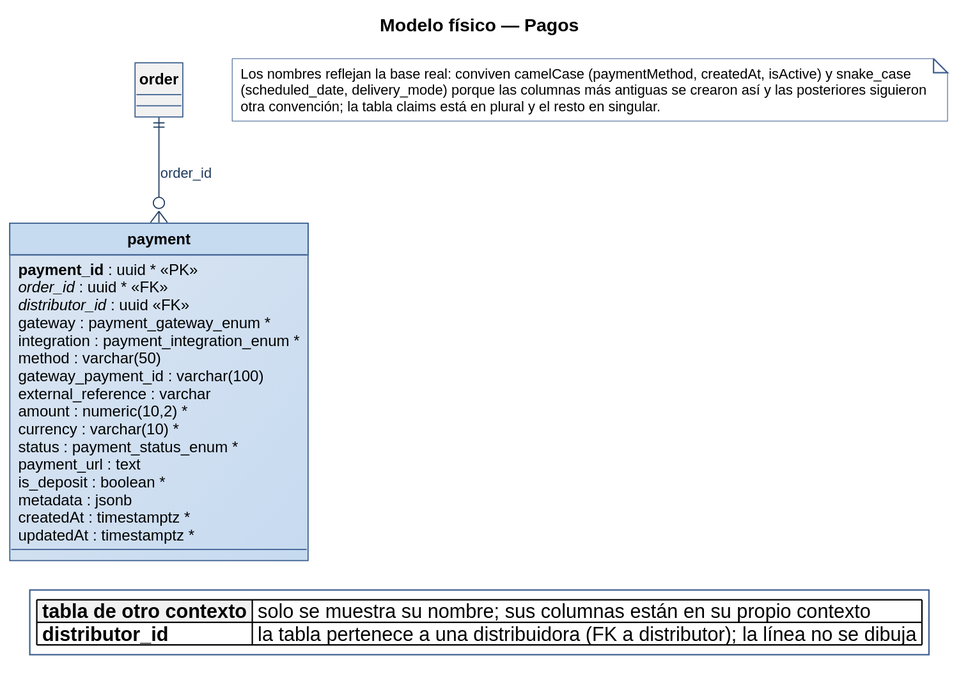
Nahuelito-Dev/splg-docs keeps this PlantUML diagram as diagramas/base-de-datos/fisico/SPLG-fisico-05-pagos.svg. Above is the earlier version.
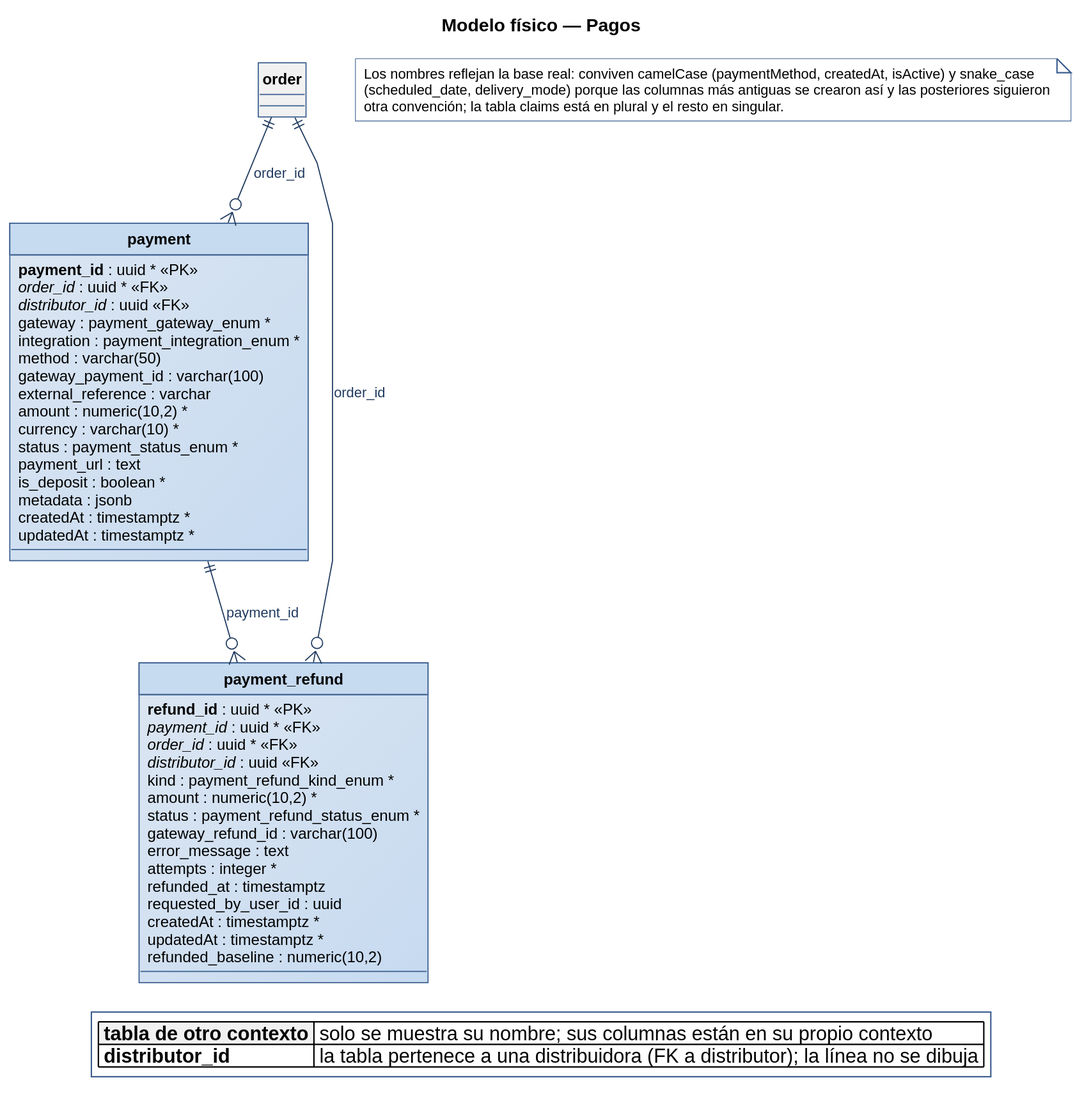
After the change.

The edit, as a diff of the source:
```diff
@@ -36,10 +36,29 @@
   {field} createdAt : timestamptz *
   {field} updatedAt : timestamptz *
 }
+entity "payment_refund" as e_payment_refund {
+  {field} **refund_id** : uuid * <<PK>>
+  {field} //payment_id// : uuid * <<FK>>
+  {field} //order_id// : uuid * <<FK>>
+  {field} //distributor_id// : uuid <<FK>>
+  {field} kind : payment_refund_kind_enum *
+  {field} amount : numeric(10,2) *
+  {field} status : payment_refund_status_enum *
+  {field} gateway_refund_id : varchar(100)
+  {field} error_message : text
+  {field} attempts : integer *
+  {field} refunded_at : timestamptz
+  {field} requested_by_user_id : uuid
+  {field} createdAt : timestamptz *
+  {field} updatedAt : timestamptz *
+  {field} refunded_baseline : numeric(10,2)
+}
 entity "order" as e_order #F1F1F1 {
 }
 
 e_order ||--o{ e_payment : order_id
+e_order ||--o{ e_payment_refund : order_id
+e_payment ||--o{ e_payment_refund : payment_id
 
 legend bottom
 |<#F1F1F1> **tabla de otro contexto** | solo se muestra su nombre; sus columnas están en su propio contexto |
```
